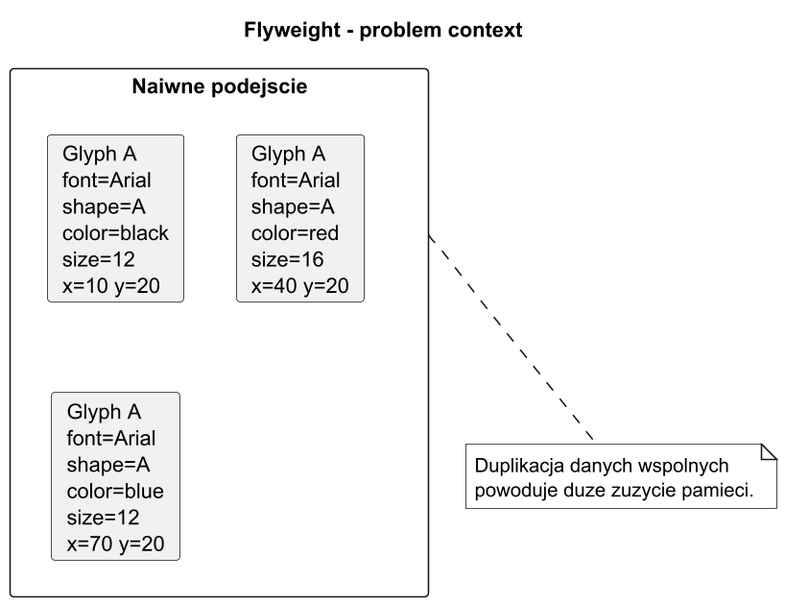
This is src/11-pylek/01-idea-i-kontekst/diagrams/flyweight_problem_context.png from tborzyszkowski/DesignPatterns, a PlantUML export, as it was before one commit. The source it was exported from:
```plantuml
@startuml flyweight_problem_context
title Flyweight - problem context

skinparam monochrome true
skinparam dpi 150

rectangle "Naiwne podejscie" as Naive {
  card "Glyph A\nfont=Arial\nshape=A\ncolor=black\nsize=12\nx=10 y=20" as N1
  card "Glyph A\nfont=Arial\nshape=A\ncolor=red\nsize=16\nx=40 y=20" as N2
  card "Glyph A\nfont=Arial\nshape=A\ncolor=blue\nsize=12\nx=70 y=20" as N3
}

note bottom of Naive
Duplikacja danych wspolnych
powoduje duze zuzycie pamieci.
end note

@enduml
```
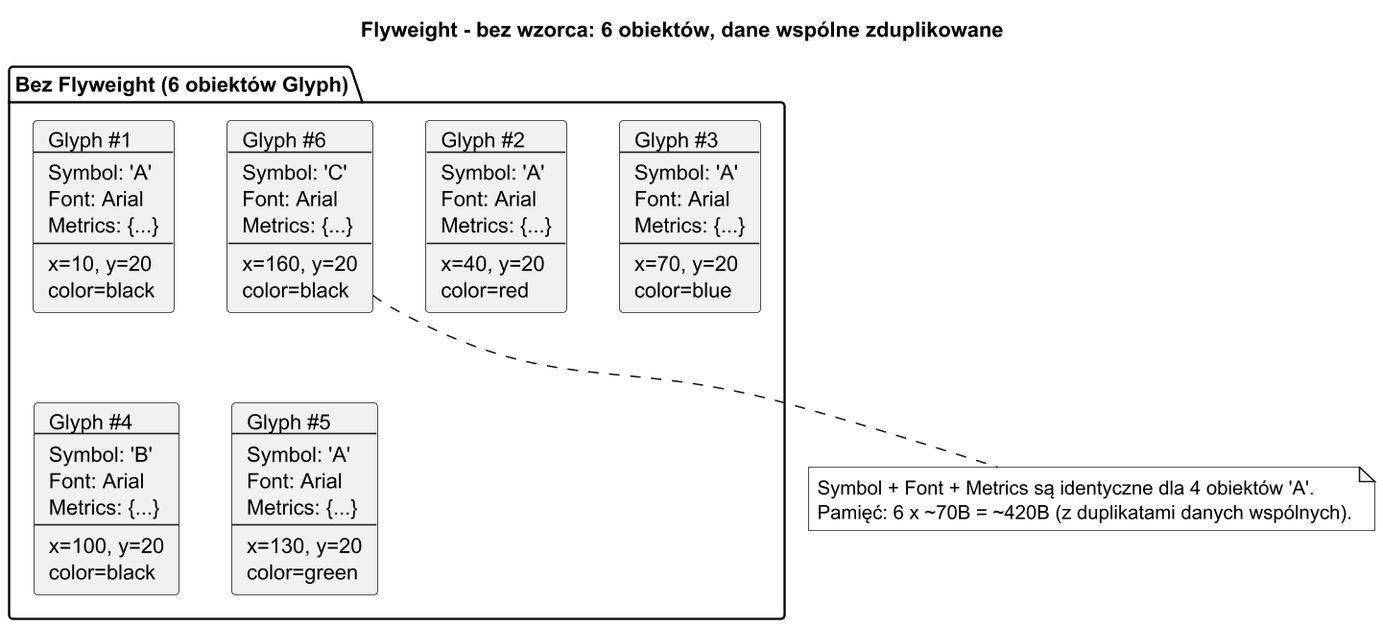
Later version of the same file.

Diff of the diagram source:
```diff
@@ -1,18 +1,21 @@
 @startuml flyweight_problem_context
-title Flyweight - problem context
+title Flyweight - bez wzorca: 6 obiektów, dane wspólne zduplikowane
 
 skinparam monochrome true
 skinparam dpi 150
 
-rectangle "Naiwne podejscie" as Naive {
-  card "Glyph A\nfont=Arial\nshape=A\ncolor=black\nsize=12\nx=10 y=20" as N1
-  card "Glyph A\nfont=Arial\nshape=A\ncolor=red\nsize=16\nx=40 y=20" as N2
-  card "Glyph A\nfont=Arial\nshape=A\ncolor=blue\nsize=12\nx=70 y=20" as N3
+package "Bez Flyweight (6 obiektów Glyph)" {
+    card "Glyph #1\n---\nSymbol: 'A'\nFont: Arial\nMetrics: {...}\n---\nx=10, y=20\ncolor=black" as G1
+    card "Glyph #2\n---\nSymbol: 'A'\nFont: Arial\nMetrics: {...}\n---\nx=40, y=20\ncolor=red" as G2
+    card "Glyph #3\n---\nSymbol: 'A'\nFont: Arial\nMetrics: {...}\n---\nx=70, y=20\ncolor=blue" as G3
+    card "Glyph #4\n---\nSymbol: 'B'\nFont: Arial\nMetrics: {...}\n---\nx=100, y=20\ncolor=black" as G4
+    card "Glyph #5\n---\nSymbol: 'A'\nFont: Arial\nMetrics: {...}\n---\nx=130, y=20\ncolor=green" as G5
+    card "Glyph #6\n---\nSymbol: 'C'\nFont: Arial\nMetrics: {...}\n---\nx=160, y=20\ncolor=black" as G6
 }
 
-note bottom of Naive
-Duplikacja danych wspolnych
-powoduje duze zuzycie pamieci.
+note bottom
+Symbol + Font + Metrics są identyczne dla 4 obiektów 'A'.
+Pamięć: 6 x ~70B = ~420B (z duplikatami danych wspólnych).
 end note
 
 @enduml
```
